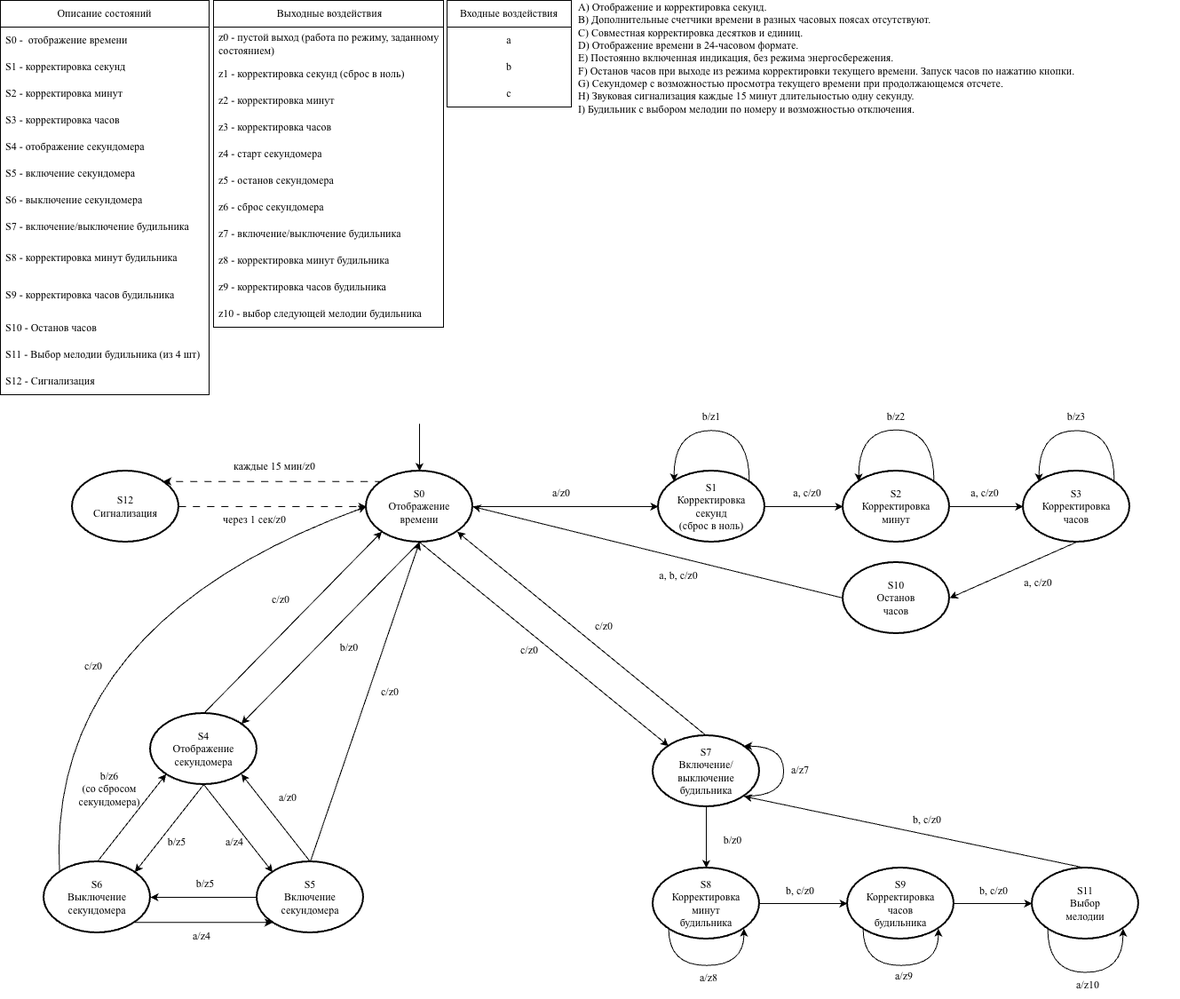
Earlier version of the draw.io export lab2/finiteStateAutomaton/finiteStateAutomaton.png (Khramov-Vladislav/theory-of-algorithms). Source tidied: cells renumbered, new cells last; positions are measured from the earlier drawing's top-left corner, leaving out a move shared by most shapes.
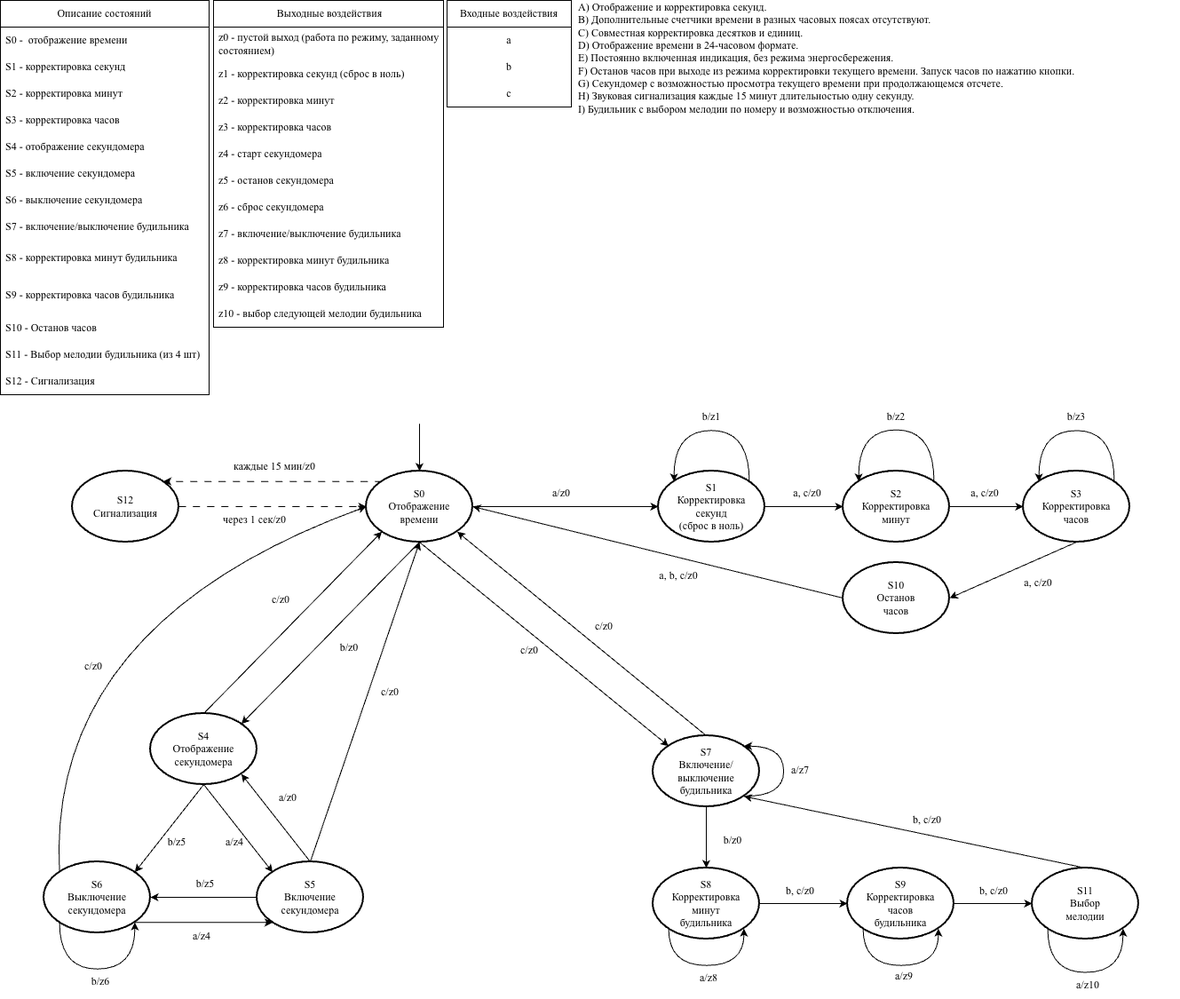
After the change.

Commit message:
fix(lab2): обновлен конечный автомат

Change to the diagram source:
```diff
@@ -230,6 +230,14 @@
     <mxCell id="70" value="S6&lt;div&gt;Выключение секундомера&lt;/div&gt;" style="text;html=1;whiteSpace=wrap;strokeColor=none;fillColor=none;align=center;verticalAlign=middle;rounded=0;fontFamily=Times New Roman;fontSize=12;fontColor=light-dark(#000000,#000000);gradientColor=none;" parent="68" vertex="1">
       <mxGeometry x="30" y="25" width="60" height="30" as="geometry" />
     </mxCell>
+    <mxCell id="185" style="edgeStyle=orthogonalEdgeStyle;shape=connector;curved=1;rounded=0;orthogonalLoop=1;jettySize=auto;html=1;innerLoopWaypoints=1;exitX=0;exitY=1;exitDx=0;exitDy=0;entryX=1;entryY=1;entryDx=0;entryDy=0;strokeColor=light-dark(#000000,#000000);align=left;verticalAlign=middle;fontFamily=Helvetica;fontSize=11;fontColor=light-dark(#000000,#000000);labelBackgroundColor=none;defaultLabelBackgroundColor=page;labelPadding=0 4;endArrow=classic;endFill=1;fillColor=#008a00;curveGeometry=1;" parent="68" edge="1" source="69" target="69">
+      <mxGeometry x="0.39" relative="1" as="geometry">
+        <Array as="points">
+          <mxPoint x="17.6" y="120.7" />
+          <mxPoint x="102.4" y="120.7" />
+        </Array>
+      </mxGeometry>
+    </mxCell>
     <mxCell id="71" style="group;" parent="1" vertex="1">
       <mxGeometry x="289" y="970" width="120" height="80" as="geometry" />
     </mxCell>
@@ -288,7 +296,7 @@
       <mxGeometry width="60" height="30" as="geometry" />
     </mxCell>
     <mxCell id="86" style="group;" parent="1" vertex="1">
-      <mxGeometry x="93" y="873" width="60" height="30" as="geometry" />
+      <mxGeometry x="83" y="1090" width="60" height="30" as="geometry" />
     </mxCell>
     <mxCell id="87" style="edgeStyle=none;shape=connector;rounded=0;orthogonalLoop=1;jettySize=auto;html=1;exitX=1;exitY=0.5;exitDx=0;exitDy=0;entryX=0;entryY=0.5;entryDx=0;entryDy=0;strokeColor=light-dark(#000000,#000000);align=left;verticalAlign=middle;fontFamily=Helvetica;fontSize=11;fontColor=light-dark(#000000,#000000);labelBackgroundColor=none;endArrow=classic;endFill=1;fillColor=#008a00;curved=1;curveGeometry=1;" parent="86" edge="1">
       <mxGeometry relative="1" as="geometry">
@@ -297,7 +305,7 @@
         </Array>
       </mxGeometry>
     </mxCell>
-    <mxCell id="88" value="b/z6&lt;div&gt;(со сбросом секундомера)&lt;/div&gt;" style="text;html=1;whiteSpace=wrap;strokeColor=none;fillColor=none;align=center;verticalAlign=middle;rounded=0;fontFamily=Times New Roman;fontSize=12;fontColor=light-dark(#000000,#000000);fontStyle=0;horizontal=1;" parent="86" vertex="1">
+    <mxCell id="88" value="b/z6" style="text;html=1;whiteSpace=wrap;strokeColor=none;fillColor=none;align=center;verticalAlign=middle;rounded=0;fontFamily=Times New Roman;fontSize=12;fontColor=light-dark(#000000,#000000);fontStyle=0;horizontal=1;" parent="86" vertex="1">
       <mxGeometry width="60" height="30" as="geometry" />
     </mxCell>
     <mxCell id="89" style="group;" parent="1" vertex="1">
@@ -549,9 +557,6 @@
     <mxCell id="151" style="edgeStyle=none;shape=connector;curved=1;rounded=0;curveGeometry=1;jettySize=auto;html=1;exitX=0.5;exitY=1;exitDx=0;exitDy=0;entryX=1;entryY=0;entryDx=0;entryDy=0;strokeColor=light-dark(#000000,#000000);align=left;verticalAlign=middle;fontFamily=Helvetica;fontSize=11;fontColor=light-dark(#000000,#000000);labelBackgroundColor=none;defaultLabelBackgroundColor=page;labelPadding=0 4;endArrow=classic;endFill=1;fillColor=#008a00;" parent="1" edge="1" source="34" target="63">
       <mxGeometry relative="1" as="geometry" />
     </mxCell>
-    <mxCell id="152" style="edgeStyle=none;shape=connector;curved=1;rounded=0;curveGeometry=1;jettySize=auto;html=1;exitX=0.5;exitY=0;exitDx=0;exitDy=0;entryX=0;entryY=1;entryDx=0;entryDy=0;strokeColor=light-dark(#000000,#000000);align=left;verticalAlign=middle;fontFamily=Helvetica;fontSize=11;fontColor=light-dark(#000000,#000000);labelBackgroundColor=none;defaultLabelBackgroundColor=page;labelPadding=0 4;endArrow=classic;endFill=1;fillColor=#008a00;" parent="1" edge="1" source="69" target="63">
-      <mxGeometry relative="1" as="geometry" />
-    </mxCell>
     <mxCell id="153" style="edgeStyle=none;shape=connector;curved=1;rounded=0;curveGeometry=1;jettySize=auto;html=1;exitX=0.5;exitY=1;exitDx=0;exitDy=0;entryX=1;entryY=0;entryDx=0;entryDy=0;strokeColor=light-dark(#000000,#000000);align=left;verticalAlign=middle;fontFamily=Helvetica;fontSize=11;fontColor=light-dark(#000000,#000000);labelBackgroundColor=none;defaultLabelBackgroundColor=page;labelPadding=0 4;endArrow=classic;endFill=1;fillColor=#008a00;" parent="1" edge="1" source="63" target="69">
       <mxGeometry relative="1" as="geometry" />
     </mxCell>
```
